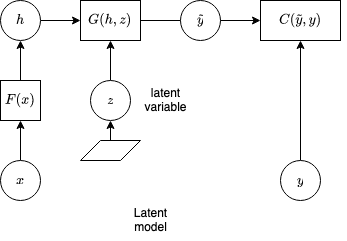
analytiq-hub/sigagent.github.io keeps this draw.io diagram as machine_learning/diagrams/latent_models.drawio.png. Above is the earlier version. Source tidied: cells renumbered, new cells last; positions are measured from the earlier drawing's top-left corner, leaving out a move shared by most shapes.
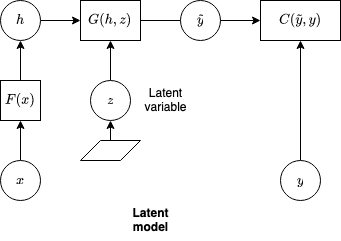
The same diagram one commit later.

Diff of the diagram source:
```diff
@@ -20,7 +20,7 @@
     <mxCell id="6" value="&lt;div&gt;$$y$$&lt;/div&gt;" style="ellipse;whiteSpace=wrap;html=1;" parent="1" vertex="1">
       <mxGeometry x="280" y="160" width="40" height="40" as="geometry" />
     </mxCell>
-    <mxCell id="7" value="&lt;div&gt;Latent&lt;/div&gt;&lt;div&gt;model&lt;br&gt;&lt;/div&gt;" style="text;html=1;align=center;verticalAlign=middle;strokeColor=none;fillColor=none;" parent="1" vertex="1">
+    <mxCell id="7" value="&lt;div&gt;&lt;b&gt;Latent&lt;/b&gt;&lt;/div&gt;&lt;div&gt;&lt;b&gt;model&lt;/b&gt;&lt;br&gt;&lt;/div&gt;" style="text;html=1;align=center;verticalAlign=middle;strokeColor=none;fillColor=none;" parent="1" vertex="1">
       <mxGeometry x="120" y="200" width="60" height="40" as="geometry" />
     </mxCell>
     <mxCell id="8" style="edgeStyle=orthogonalEdgeStyle;rounded=0;jettySize=auto;html=1;exitX=0.5;exitY=0;exitDx=0;exitDy=0;entryX=0.5;entryY=1;entryDx=0;entryDy=0;" parent="1" edge="1" source="9" target="12">
@@ -59,7 +59,7 @@
     <mxCell id="19" style="shape=parallelogram;perimeter=parallelogramPerimeter;whiteSpace=wrap;html=1;fixedSize=1;" parent="1" vertex="1">
       <mxGeometry x="80" y="140" width="60" height="20" as="geometry" />
     </mxCell>
-    <mxCell id="20" value="&lt;div&gt;latent&lt;/div&gt;&lt;div&gt;variable&lt;br&gt;&lt;/div&gt;" style="text;html=1;align=center;verticalAlign=middle;strokeColor=none;fillColor=none;" parent="1" vertex="1">
+    <mxCell id="20" value="&lt;div&gt;Latent&lt;/div&gt;&lt;div&gt;variable&lt;br&gt;&lt;/div&gt;" style="text;html=1;align=center;verticalAlign=middle;strokeColor=none;fillColor=none;" parent="1" vertex="1">
       <mxGeometry x="130" y="80" width="70" height="40" as="geometry" />
     </mxCell>
   </root>
```
